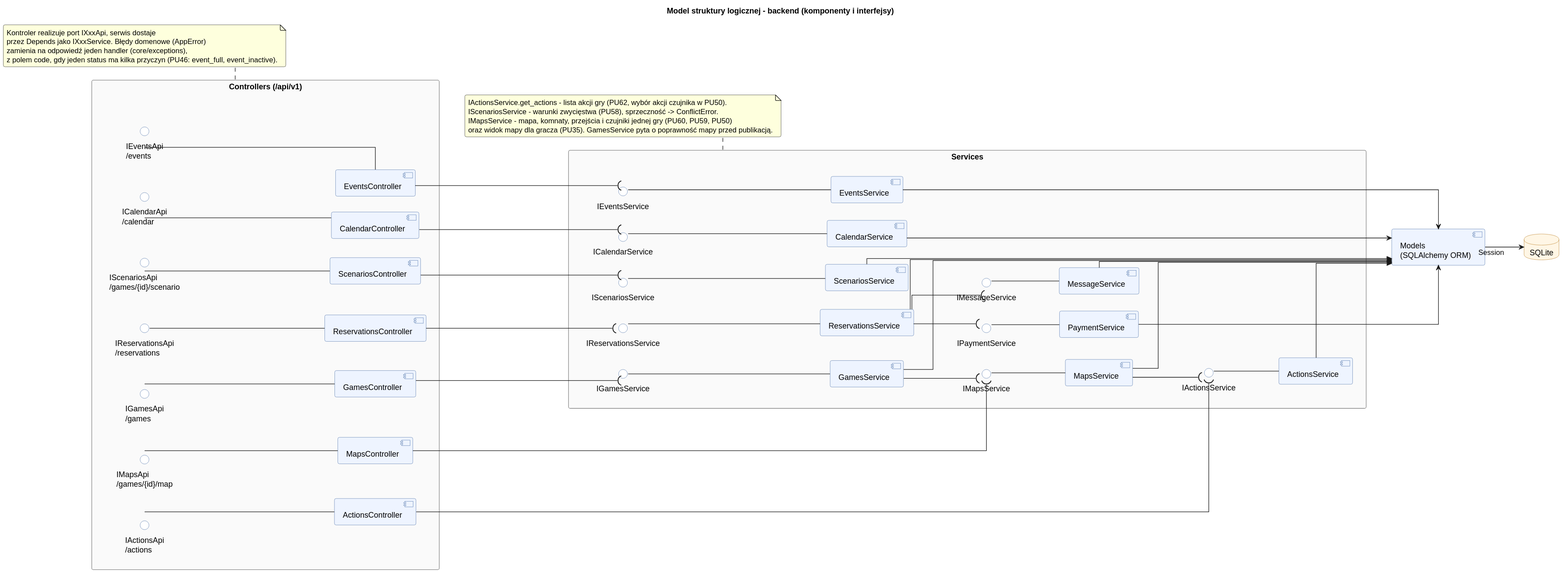
Before: diagrams/rendered/logic_structure_backend.svg, a diagram exported from PlantUML (Igor-Ochocki/POP-2026Z).
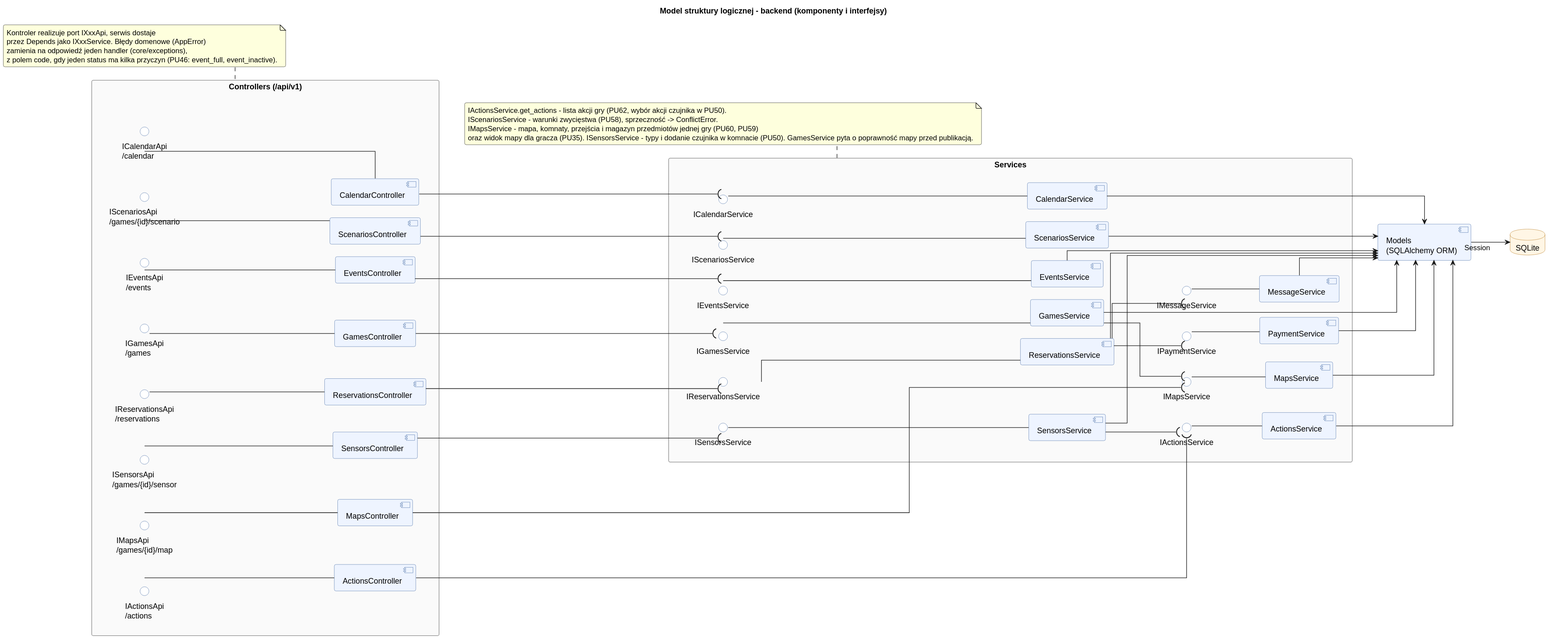
Above is the later version.

The edit, as a diff of the source:
```diff
@@ -34,6 +34,7 @@
     () "IReservationsApi\n/reservations" as R_Reservations
     () "IMapsApi\n/games/{id}/map" as R_Maps
     () "IEventsApi\n/events" as R_Events
+    () "ISensorsApi\n/games/{id}/sensor" as R_Sensors
 
     component [CalendarController] as C_Calendar
     component [GamesController] as C_Games
@@ -42,6 +43,7 @@
     component [ReservationsController] as C_Reservations
     component [MapsController] as C_Maps
     component [EventsController] as C_Events
+    component [SensorsController] as C_Sensors
 
     R_Calendar -- C_Calendar
     R_Games -- C_Games
@@ -50,6 +52,7 @@
     R_Reservations -- C_Reservations
     R_Maps -- C_Maps
     R_Events -- C_Events
+    R_Sensors -- C_Sensors
 }
 
 package "Services" as S {
@@ -60,6 +63,7 @@
     () "IReservationsService" as IS_Reservations
     () "IMapsService" as IS_Maps
     () "IEventsService" as IS_Events
+    () "ISensorsService" as IS_Sensors
 
     component [CalendarService] as S_Calendar
     component [GamesService] as S_Games
@@ -68,6 +72,7 @@
     component [ReservationsService] as S_Reservations
     component [MapsService] as S_Maps
     component [EventsService] as S_Events
+    component [SensorsService] as S_Sensors
 
     () "IPaymentService" as IS_Payment
     () "IMessageService" as IS_Message
@@ -83,11 +88,12 @@
     IS_Message -- S_Message
     IS_Maps -- S_Maps
     IS_Events -- S_Events
+    IS_Sensors -- S_Sensors
 
     S_Reservations --( IS_Payment
     S_Reservations --( IS_Message
     S_Games --( IS_Maps
-    S_Maps --( IS_Actions
+    S_Sensors --( IS_Actions
 }
 
 component "Models\n(SQLAlchemy ORM)" as M
@@ -100,6 +106,7 @@
 C_Reservations --( IS_Reservations
 C_Maps --( IS_Maps
 C_Events --( IS_Events
+C_Sensors --( IS_Sensors
 
 S_Calendar --> M
 S_Games --> M
@@ -110,6 +117,7 @@
 S_Message --> M
 S_Maps --> M
 S_Events --> M
+S_Sensors --> M
 M --> DB : Session
 
 note bottom of C
@@ -122,7 +130,7 @@
 note bottom of S
     IActionsService.get_actions - lista akcji gry (PU62, wybór akcji czujnika w PU50).
     IScenariosService - warunki zwycięstwa (PU58), sprzeczność -> ConflictError.
-    IMapsService - mapa, komnaty, przejścia i czujniki jednej gry (PU60, PU59, PU50)
-    oraz widok mapy dla gracza (PU35). GamesService pyta o poprawność mapy przed publikacją.
+    IMapsService - mapa, komnaty, przejścia i magazyn przedmiotów jednej gry (PU60, PU59)
+    oraz widok mapy dla gracza (PU35). ISensorsService - typy i dodanie czujnika w komnacie (PU50). GamesService pyta o poprawność mapy przed publikacją.
 end note
 @enduml
```
